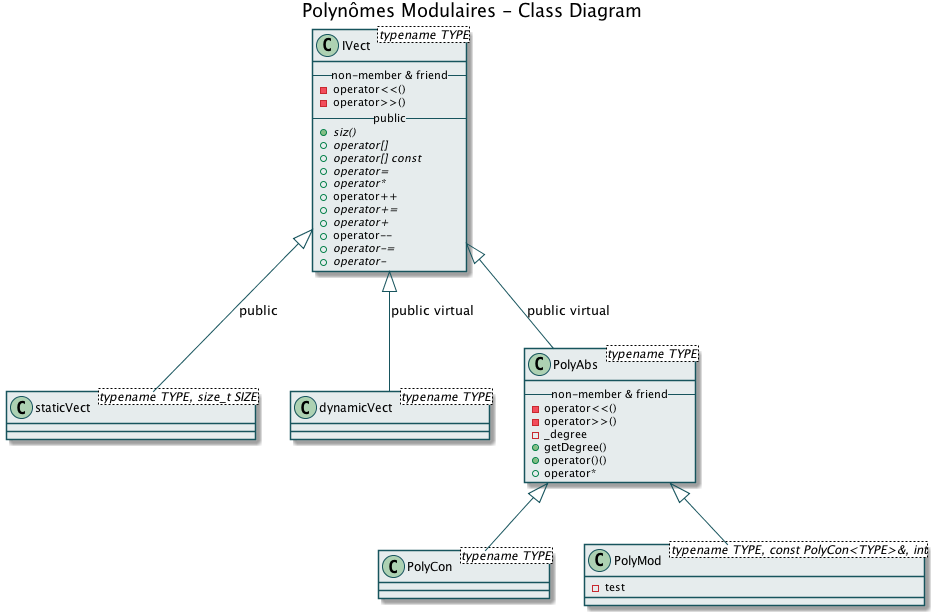
Before: class.png, a diagram exported from PlantUML (carlosgeos/polynomial-cpp).
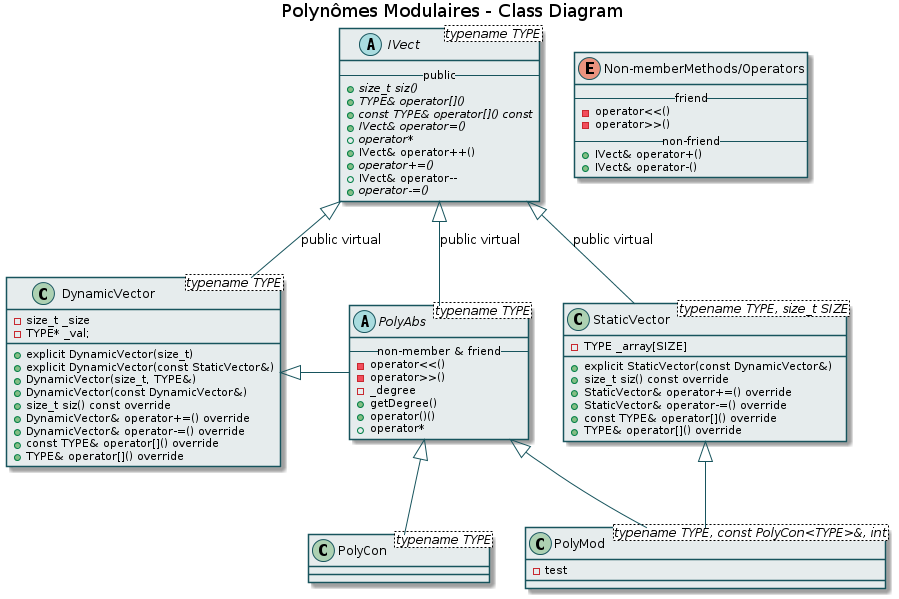
The same diagram one commit later.

Commit message:
PolyMod multiplication works

What changed in the source:
```diff
@@ -8,33 +8,53 @@
   BorderColor #17545D
 }
 
-class IVect<typename TYPE> {
-      -- non-member & friend --
-      -operator<<()
-      -operator>>()
-      -- public --
-      +{abstract} siz()
-      +{abstract} operator[]
-      +{abstract} operator[] const
-      +{abstract} operator=
-      +{abstract} operator*
-      + operator++
-      +{abstract} operator+=
-      +{abstract} operator+
-      + operator--
-      +{abstract} operator-=
-      +{abstract} operator-
+enum Non-memberMethods/Operators {
+     -- friend --
+     -operator<<()
+     -operator>>()
+     -- non-friend --
+     + IVect& operator+()
+     + IVect& operator-()
 }
 
-class staticVect<typename TYPE, size_t SIZE> {
-
+abstract class IVect<typename TYPE> {
+      -- public --
+      +{abstract} size_t siz()
+      +{abstract} TYPE& operator[]()
+      +{abstract} const TYPE& operator[]() const
+      +{abstract} IVect& operator=()
+      +{abstract} operator*
+      + IVect& operator++()
+      +{abstract} operator+=()
+      + IVect& operator--
+      +{abstract} operator-=()
 }
 
-class dynamicVect<typename TYPE> {
-
+class StaticVector<typename TYPE, size_t SIZE> {
+      -TYPE _array[SIZE]
+      +explicit StaticVector(const DynamicVector&)
+      +size_t siz() const override
+      +StaticVector& operator+=() override
+      +StaticVector& operator-=() override
+      +const TYPE& operator[]() override
+      +TYPE& operator[]() override
 }
 
-class PolyAbs<typename TYPE> {
+class DynamicVector<typename TYPE> {
+      -size_t _size
+      -TYPE* _val;
+      +explicit DynamicVector(size_t)
+      +explicit DynamicVector(const StaticVector&)
+      +DynamicVector(size_t, TYPE&)
+      +DynamicVector(const DynamicVector&)
+      +size_t siz() const override
+      +DynamicVector& operator+=() override
+      +DynamicVector& operator-=() override
+      +const TYPE& operator[]() override
+      +TYPE& operator[]() override
+}
+
+abstract class PolyAbs<typename TYPE> {
       -- non-member & friend --
       -operator<<()
       -operator>>()
@@ -52,11 +72,13 @@
       -test
 }
 
-IVect <|-down- staticVect: public
-IVect <|-down- dynamicVect: public virtual
+IVect <|-down- StaticVector: public virtual
+IVect <|-down- DynamicVector: public virtual
 IVect <|-down- PolyAbs: public virtual
+DynamicVector <|-right- PolyAbs
 PolyAbs <|-down- PolyCon
 PolyAbs <|-down- PolyMod
+StaticVector <|-down- PolyMod
 
 
 @enduml
```
